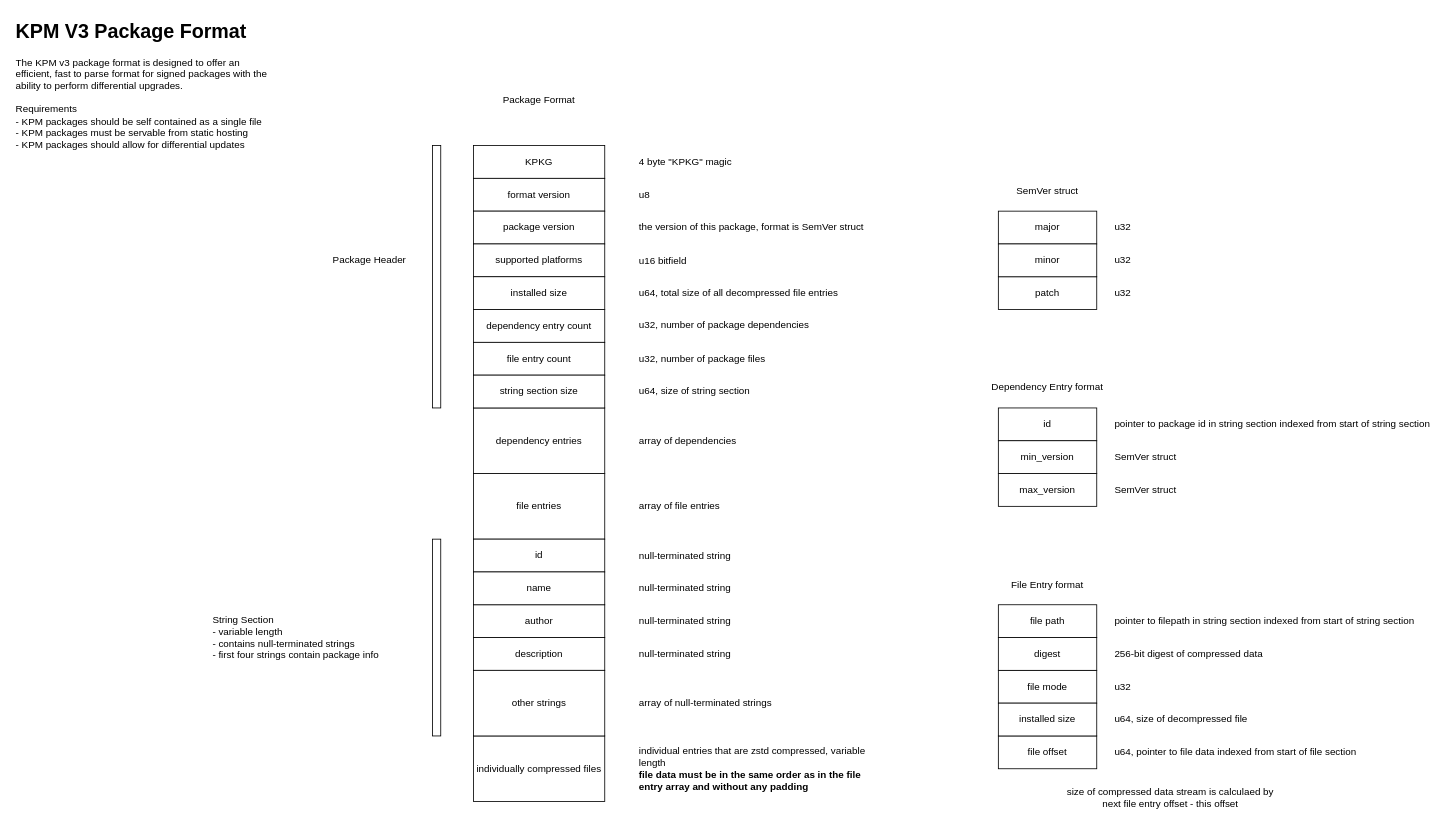
Earlier version of the draw.io diagram rfcs/KPKG 3 Spec.drawio (KindleModding/KPM). Source tidied: cells renumbered, new cells numbered last; positions are measured from the earlier drawing's top-left corner, leaving out a move shared by most shapes. Both pictures are drawn from the tidied source at 82%, with x=0, y=0 at pixel (14, 14).
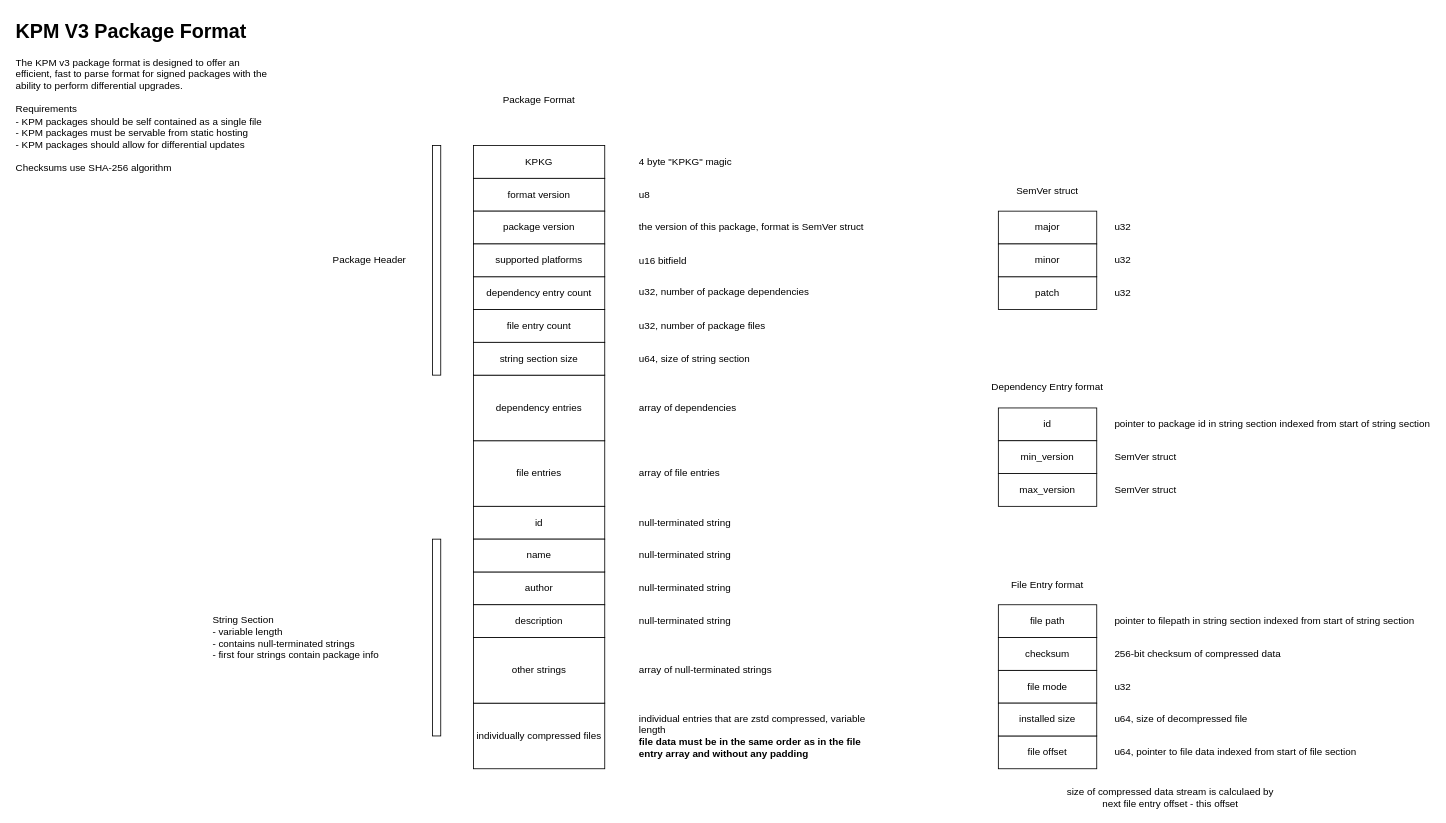
After the change.

Diff of the diagram source:
```diff
@@
     <mxCell id="2" value="individually compressed files" style="rounded=0;whiteSpace=wrap;html=1;" parent="1" vertex="1">
-      <mxGeometry x="560" y="880" width="160" height="80" as="geometry" />
+      <mxGeometry x="560" y="840" width="160" height="80" as="geometry" />
     </mxCell>
     <mxCell id="3" value="&lt;div&gt;file entries&lt;/div&gt;" style="rounded=0;whiteSpace=wrap;html=1;" parent="1" vertex="1">
-      <mxGeometry x="560" y="560" width="160" height="80" as="geometry" />
+      <mxGeometry x="560" y="520" width="160" height="80" as="geometry" />
     </mxCell>
     <mxCell id="4" value="array of file entries" style="text;html=1;whiteSpace=wrap;strokeColor=none;fillColor=none;align=left;verticalAlign=middle;rounded=0;" parent="1" vertex="1">
-      <mxGeometry x="760" y="585" width="200" height="30" as="geometry" />
+      <mxGeometry x="760" y="545" width="200" height="30" as="geometry" />
     </mxCell>
@@
-    <mxCell id="14" value="digest" style="rounded=0;whiteSpace=wrap;html=1;" parent="1" vertex="1">
+    <mxCell id="14" value="checksum" style="rounded=0;whiteSpace=wrap;html=1;" parent="1" vertex="1">
       <mxGeometry x="1200" y="760" width="120" height="40" as="geometry" />
     </mxCell>
-    <mxCell id="15" value="256-bit digest of compressed data" style="text;html=1;whiteSpace=wrap;strokeColor=none;fillColor=none;align=left;verticalAlign=middle;rounded=0;" parent="1" vertex="1">
-      <mxGeometry x="1340" y="760" width="190" height="40" as="geometry" />
+    <mxCell id="15" value="256-bit checksum of compressed data" style="text;html=1;whiteSpace=wrap;strokeColor=none;fillColor=none;align=left;verticalAlign=middle;rounded=0;" parent="1" vertex="1">
+      <mxGeometry x="1340" y="760" width="280" height="40" as="geometry" />
     </mxCell>
@@
     <mxCell id="17" value="individual entries that are zstd compressed, variable length&lt;div&gt;&lt;b&gt;file data must be in the same order as in the file entry array and without any padding&lt;/b&gt;&lt;/div&gt;" style="text;html=1;whiteSpace=wrap;strokeColor=none;fillColor=none;align=left;verticalAlign=middle;rounded=0;" parent="1" vertex="1">
-      <mxGeometry x="760" y="880" width="280" height="80" as="geometry" />
+      <mxGeometry x="760" y="840" width="280" height="80" as="geometry" />
     </mxCell>
     <mxCell id="18" value="id" style="rounded=0;whiteSpace=wrap;html=1;" parent="1" vertex="1">
-      <mxGeometry x="560" y="640" width="160" height="40" as="geometry" />
+      <mxGeometry x="560" y="600" width="160" height="40" as="geometry" />
     </mxCell>
     <mxCell id="19" value="author" style="rounded=0;whiteSpace=wrap;html=1;" parent="1" vertex="1">
-      <mxGeometry x="560" y="720" width="160" height="40" as="geometry" />
+      <mxGeometry x="560" y="680" width="160" height="40" as="geometry" />
     </mxCell>
     <mxCell id="20" value="description" style="rounded=0;whiteSpace=wrap;html=1;" parent="1" vertex="1">
-      <mxGeometry x="560" y="760" width="160" height="40" as="geometry" />
+      <mxGeometry x="560" y="720" width="160" height="40" as="geometry" />
     </mxCell>
@@
-    <mxCell id="35" value="&lt;h1 style=&quot;margin-top: 0px;&quot;&gt;KPM V3 Package Format&lt;/h1&gt;&lt;div&gt;The KPM v3 package format is designed to offer an efficient, fast to parse format for signed packages with the ability to perform differential upgrades.&lt;/div&gt;&lt;div&gt;&lt;br&gt;&lt;/div&gt;&lt;div&gt;Requirements&lt;/div&gt;&lt;div&gt;- KPM packages should be self contained as a single file&lt;/div&gt;&lt;div&gt;- KPM packages must be servable from static hosting&lt;/div&gt;&lt;div&gt;- KPM packages should allow for differential updates&lt;/div&gt;" style="text;html=1;whiteSpace=wrap;overflow=hidden;rounded=0;" parent="1" vertex="1">
+    <mxCell id="35" value="&lt;h1 style=&quot;margin-top: 0px;&quot;&gt;KPM V3 Package Format&lt;/h1&gt;&lt;div&gt;The KPM v3 package format is designed to offer an efficient, fast to parse format for signed packages with the ability to perform differential upgrades.&lt;/div&gt;&lt;div&gt;&lt;br&gt;&lt;/div&gt;&lt;div&gt;Requirements&lt;/div&gt;&lt;div&gt;- KPM packages should be self contained as a single file&lt;/div&gt;&lt;div&gt;- KPM packages must be servable from static hosting&lt;/div&gt;&lt;div&gt;- KPM packages should allow for differential updates&lt;/div&gt;&lt;div&gt;&lt;br&gt;&lt;/div&gt;&lt;div&gt;Checksums use SHA-256 algorithm&lt;/div&gt;" style="text;html=1;whiteSpace=wrap;overflow=hidden;rounded=0;" parent="1" vertex="1">
       <mxGeometry width="320" height="200" as="geometry" />
     </mxCell>
@@
     <mxCell id="39" value="other strings" style="rounded=0;whiteSpace=wrap;html=1;" parent="1" vertex="1">
-      <mxGeometry x="560" y="800" width="160" height="80" as="geometry" />
+      <mxGeometry x="560" y="760" width="160" height="80" as="geometry" />
     </mxCell>
     <mxCell id="40" value="dependency entries" style="rounded=0;whiteSpace=wrap;html=1;" parent="1" vertex="1">
-      <mxGeometry x="560" y="480" width="160" height="80" as="geometry" />
+      <mxGeometry x="560" y="440" width="160" height="80" as="geometry" />
     </mxCell>
     <mxCell id="41" value="array of dependencies" style="text;html=1;whiteSpace=wrap;strokeColor=none;fillColor=none;align=left;verticalAlign=middle;rounded=0;" parent="1" vertex="1">
-      <mxGeometry x="760" y="505" width="210" height="30" as="geometry" />
+      <mxGeometry x="760" y="465" width="210" height="30" as="geometry" />
     </mxCell>
@@
     <mxCell id="44" style="rounded=0;whiteSpace=wrap;html=1;" parent="1" vertex="1">
-      <mxGeometry x="510" y="160" width="10" height="320" as="geometry" />
+      <mxGeometry x="510" y="160" width="10" height="280" as="geometry" />
     </mxCell>
@@
     <mxCell id="47" value="dependency entry count" style="rounded=0;whiteSpace=wrap;html=1;" parent="1" vertex="1">
-      <mxGeometry x="560" y="360" width="160" height="40" as="geometry" />
+      <mxGeometry x="560" y="320" width="160" height="40" as="geometry" />
     </mxCell>
     <mxCell id="48" value="file entry count" style="rounded=0;whiteSpace=wrap;html=1;" parent="1" vertex="1">
-      <mxGeometry x="560" y="400" width="160" height="40" as="geometry" />
+      <mxGeometry x="560" y="360" width="160" height="40" as="geometry" />
     </mxCell>
     <mxCell id="49" value="u32, number of package dependencies" style="text;html=1;whiteSpace=wrap;strokeColor=none;fillColor=none;align=left;verticalAlign=middle;rounded=0;" parent="1" vertex="1">
-      <mxGeometry x="760" y="363.8" width="310" height="30" as="geometry" />
+      <mxGeometry x="760" y="323.8" width="310" height="30" as="geometry" />
     </mxCell>
     <mxCell id="50" value="u32, number of package files" style="text;html=1;whiteSpace=wrap;strokeColor=none;fillColor=none;align=left;verticalAlign=middle;rounded=0;" parent="1" vertex="1">
-      <mxGeometry x="760" y="405" width="310" height="30" as="geometry" />
+      <mxGeometry x="760" y="365" width="310" height="30" as="geometry" />
     </mxCell>
     <mxCell id="51" value="string section size" style="rounded=0;whiteSpace=wrap;html=1;" parent="1" vertex="1">
-      <mxGeometry x="560" y="440" width="160" height="40" as="geometry" />
+      <mxGeometry x="560" y="400" width="160" height="40" as="geometry" />
     </mxCell>
     <mxCell id="52" value="u64, size of string section" style="text;html=1;whiteSpace=wrap;strokeColor=none;fillColor=none;align=left;verticalAlign=middle;rounded=0;" parent="1" vertex="1">
-      <mxGeometry x="760" y="445" width="310" height="30" as="geometry" />
+      <mxGeometry x="760" y="405" width="310" height="30" as="geometry" />
     </mxCell>
@@
     <mxCell id="55" value="null-terminated string" style="text;html=1;whiteSpace=wrap;strokeColor=none;fillColor=none;align=left;verticalAlign=middle;rounded=0;" parent="1" vertex="1">
-      <mxGeometry x="760" y="646.2" width="200" height="30" as="geometry" />
+      <mxGeometry x="760" y="606.2" width="200" height="30" as="geometry" />
     </mxCell>
     <mxCell id="56" value="null-terminated string" style="text;html=1;whiteSpace=wrap;strokeColor=none;fillColor=none;align=left;verticalAlign=middle;rounded=0;" parent="1" vertex="1">
-      <mxGeometry x="760" y="725" width="200" height="30" as="geometry" />
+      <mxGeometry x="760" y="685" width="200" height="30" as="geometry" />
     </mxCell>
     <mxCell id="57" value="null-terminated string" style="text;html=1;whiteSpace=wrap;strokeColor=none;fillColor=none;align=left;verticalAlign=middle;rounded=0;" parent="1" vertex="1">
-      <mxGeometry x="760" y="765" width="200" height="30" as="geometry" />
+      <mxGeometry x="760" y="725" width="200" height="30" as="geometry" />
     </mxCell>
     <mxCell id="58" value="array of null-terminated strings" style="text;html=1;whiteSpace=wrap;strokeColor=none;fillColor=none;align=left;verticalAlign=middle;rounded=0;" parent="1" vertex="1">
-      <mxGeometry x="760" y="825" width="200" height="30" as="geometry" />
+      <mxGeometry x="760" y="785" width="200" height="30" as="geometry" />
     </mxCell>
     <mxCell id="59" value="name" style="rounded=0;whiteSpace=wrap;html=1;" parent="1" vertex="1">
-      <mxGeometry x="560" y="680" width="160" height="40" as="geometry" />
+      <mxGeometry x="560" y="640" width="160" height="40" as="geometry" />
     </mxCell>
     <mxCell id="60" value="null-terminated string" style="text;html=1;whiteSpace=wrap;strokeColor=none;fillColor=none;align=left;verticalAlign=middle;rounded=0;" parent="1" vertex="1">
-      <mxGeometry x="760" y="685" width="200" height="30" as="geometry" />
+      <mxGeometry x="760" y="645" width="200" height="30" as="geometry" />
     </mxCell>
@@
-    <mxCell id="62" value="installed size" style="rounded=0;whiteSpace=wrap;html=1;" parent="1" vertex="1">
-      <mxGeometry x="560" y="320" width="160" height="40" as="geometry" />
-    </mxCell>
-    <mxCell id="63" value="u64, total size of all decompressed file entries" style="text;html=1;whiteSpace=wrap;strokeColor=none;fillColor=none;align=left;verticalAlign=middle;rounded=0;" parent="1" vertex="1">
-      <mxGeometry x="760" y="325" width="250" height="30" as="geometry" />
-    </mxCell>
```
